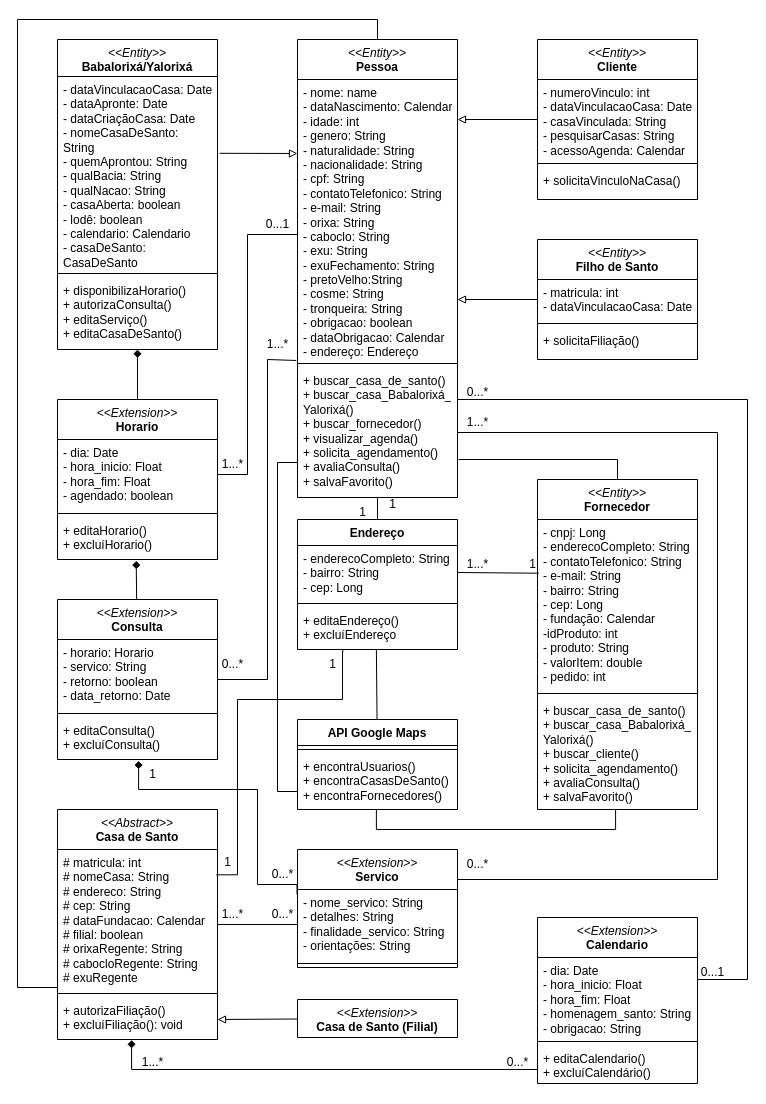
Earlier version of the draw.io diagram Diagrama sem nome.drawio (AlexCarvalhovisk/sarava). Source tidied: cells renumbered, new cells numbered last; positions are measured from the earlier drawing's top-left corner, leaving out a move shared by most shapes. Both pictures are drawn from the tidied source at 100%, with x=0, y=0 at pixel (17, 19).
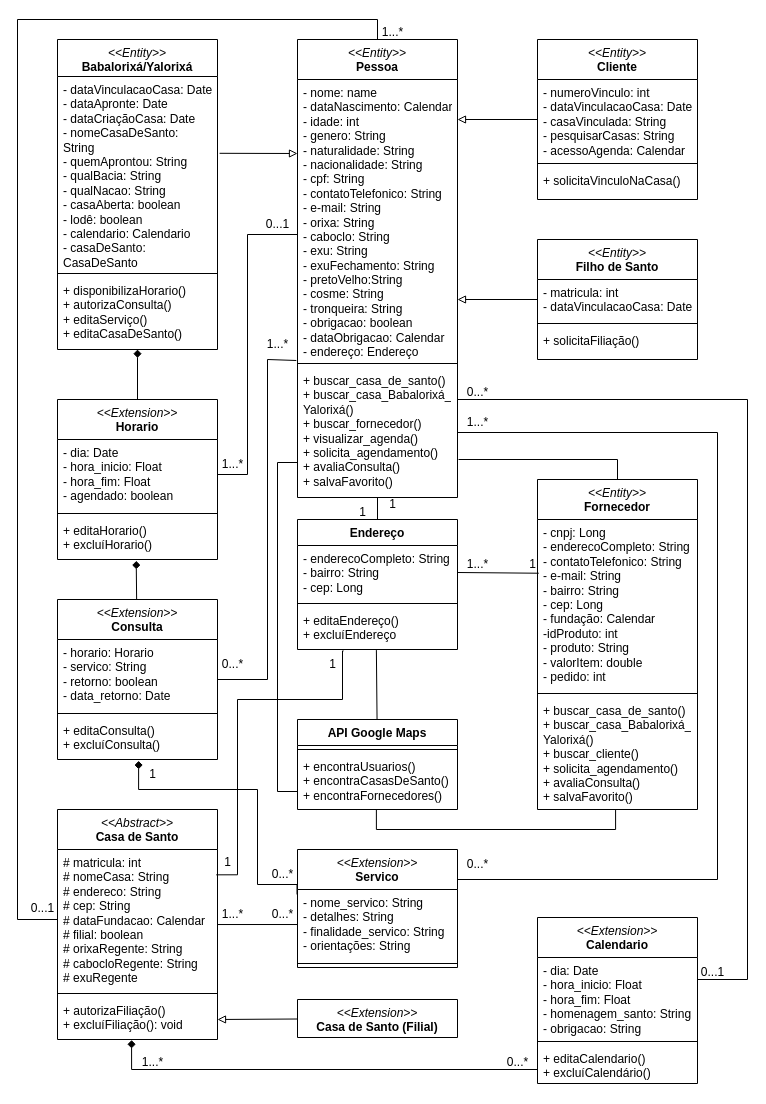
The same page after the edit.

The change refers to these unchanged cells:
```xml
<mxCell id="2" value="&lt;i style=&quot;border-color: var(--border-color); font-weight: 400;&quot;&gt;&amp;lt;&amp;lt;Entity&amp;gt;&amp;gt;&lt;/i&gt;&lt;br&gt;Pessoa" style="swimlane;fontStyle=1;align=center;verticalAlign=top;horizontal=1;startSize=40;whiteSpace=wrap;html=1;" parent="1" vertex="1">
  <mxGeometry x="280" y="20" width="160" height="458" as="geometry" />
</mxCell>
<mxCell id="26" value="# matricula: int&lt;br&gt;# nomeCasa: String&lt;br&gt;# endereco: String&lt;br&gt;# cep: String&lt;br&gt;# dataFundacao: Calendar&lt;br&gt;# filial: boolean&lt;br&gt;# orixaRegente: String&lt;br&gt;# cabocloRegente: String&lt;br&gt;# exuRegente" style="text;strokeColor=none;fillColor=none;align=left;verticalAlign=top;spacingLeft=4;spacingRight=4;overflow=hidden;points=[[0,0.5],[1,0.5]];portConstraint=eastwest;whiteSpace=wrap;html=1;" parent="25" vertex="1">
  <mxGeometry y="40" width="160" height="140" as="geometry" />
</mxCell>
```

Change to the diagram source:
```diff
@@
     <mxCell id="53" style="edgeStyle=orthogonalEdgeStyle;rounded=0;jettySize=auto;html=1;entryX=0;entryY=0.5;entryDx=0;entryDy=0;endArrow=none;endFill=0;exitX=0.5;exitY=0;exitDx=0;exitDy=0;" parent="1" edge="1" source="2" target="26">
       <mxGeometry relative="1" as="geometry">
         <Array as="points">
           <mxPoint x="360" />
           <mxPoint />
-          <mxPoint y="968" />
-          <mxPoint x="40" y="968" />
+          <mxPoint y="900" />
         </Array>
       </mxGeometry>
     </mxCell>
@@
+    <mxCell id="90" value="0...1" style="text;html=1;align=center;verticalAlign=middle;strokeColor=none;fillColor=none;" parent="1" vertex="1">
+      <mxGeometry y="874" width="50" height="30" as="geometry" />
+    </mxCell>
+    <mxCell id="91" value="1...*" style="text;html=1;align=center;verticalAlign=middle;strokeColor=none;fillColor=none;" parent="1" vertex="1">
+      <mxGeometry x="355" y="-2" width="40" height="30" as="geometry" />
+    </mxCell>
```
